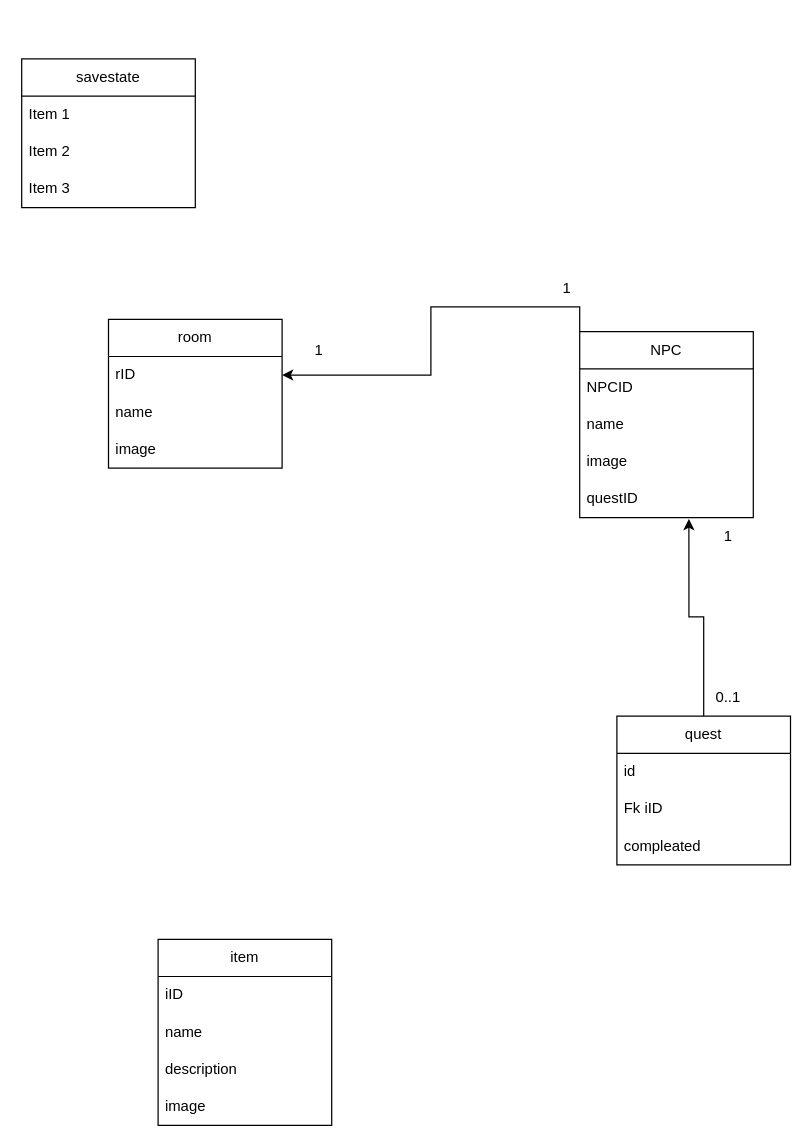
Earlier version of the draw.io diagram gamebook.drawio (pslib-cz/2024-p3a-web-gamebook-vasak-zbehlik). Source tidied: cells renumbered, new cells numbered last; positions are measured from the earlier drawing's top-left corner, leaving out a move shared by most shapes. Both pictures are drawn from the tidied source at 124%, with x=0, y=0 at pixel (21, 58).
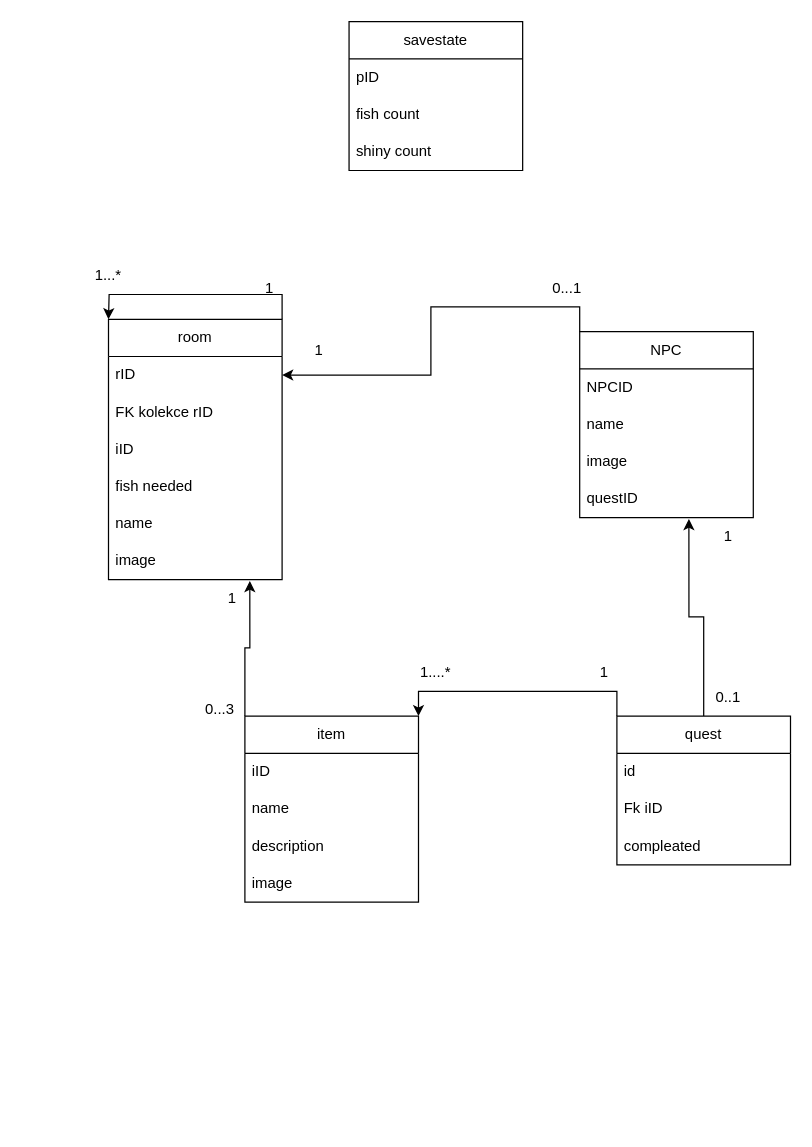
Above is the later version.

The change refers to these unchanged cells:
```xml
<mxCell id="21" value="quest" style="swimlane;fontStyle=0;horizontal=1;startSize=30;whiteSpace=wrap;html=1;" parent="1" vertex="1">
  <mxGeometry x="480" y="530" width="140" height="120" as="geometry" />
</mxCell>
```

What changed in the source:
```diff
@@
     <mxCell id="2" value="savestate" style="swimlane;fontStyle=0;horizontal=1;startSize=30;whiteSpace=wrap;html=1;" parent="1" vertex="1">
-      <mxGeometry width="140" height="120" as="geometry" />
+      <mxGeometry x="264" y="-30" width="140" height="120" as="geometry" />
     </mxCell>
-    <mxCell id="3" value="Item 1" style="text;strokeColor=none;fillColor=none;align=left;verticalAlign=middle;spacingLeft=4;spacingRight=4;overflow=hidden;whiteSpace=wrap;html=1;" parent="2" vertex="1">
+    <mxCell id="3" value="pID" style="text;strokeColor=none;fillColor=none;align=left;verticalAlign=middle;spacingLeft=4;spacingRight=4;overflow=hidden;whiteSpace=wrap;html=1;" parent="2" vertex="1">
       <mxGeometry y="30" width="140" height="30" as="geometry" />
     </mxCell>
-    <mxCell id="4" value="Item 2" style="text;strokeColor=none;fillColor=none;align=left;verticalAlign=middle;spacingLeft=4;spacingRight=4;overflow=hidden;whiteSpace=wrap;html=1;" parent="2" vertex="1">
+    <mxCell id="4" value="fish count" style="text;strokeColor=none;fillColor=none;align=left;verticalAlign=middle;spacingLeft=4;spacingRight=4;overflow=hidden;whiteSpace=wrap;html=1;" parent="2" vertex="1">
       <mxGeometry y="60" width="140" height="30" as="geometry" />
     </mxCell>
-    <mxCell id="5" value="Item 3" style="text;strokeColor=none;fillColor=none;align=left;verticalAlign=middle;spacingLeft=4;spacingRight=4;overflow=hidden;whiteSpace=wrap;html=1;" parent="2" vertex="1">
+    <mxCell id="5" value="shiny count" style="text;strokeColor=none;fillColor=none;align=left;verticalAlign=middle;spacingLeft=4;spacingRight=4;overflow=hidden;whiteSpace=wrap;html=1;" parent="2" vertex="1">
       <mxGeometry y="90" width="140" height="30" as="geometry" />
     </mxCell>
+    <mxCell id="30" style="edgeStyle=orthogonalEdgeStyle;rounded=0;jettySize=auto;html=1;exitX=1;exitY=0;exitDx=0;exitDy=0;" parent="1" edge="1" source="6">
+      <mxGeometry relative="1" as="geometry">
+        <mxPoint x="70" y="210" as="targetPoint" />
+      </mxGeometry>
+    </mxCell>
     <mxCell id="6" value="room" style="swimlane;fontStyle=0;horizontal=1;startSize=30;whiteSpace=wrap;html=1;" parent="1" vertex="1">
-      <mxGeometry x="70" y="210" width="140" height="120" as="geometry" />
+      <mxGeometry x="70" y="210" width="140" height="210" as="geometry" />
     </mxCell>
@@
+    <mxCell id="31" value="FK kolekce rID" style="text;strokeColor=none;fillColor=none;align=left;verticalAlign=middle;spacingLeft=4;spacingRight=4;overflow=hidden;whiteSpace=wrap;html=1;" parent="6" vertex="1">
+      <mxGeometry y="60" width="140" height="30" as="geometry" />
+    </mxCell>
+    <mxCell id="32" value="iID" style="text;strokeColor=none;fillColor=none;align=left;verticalAlign=middle;spacingLeft=4;spacingRight=4;overflow=hidden;whiteSpace=wrap;html=1;" parent="6" vertex="1">
+      <mxGeometry y="90" width="140" height="30" as="geometry" />
+    </mxCell>
+    <mxCell id="33" value="fish needed" style="text;strokeColor=none;fillColor=none;align=left;verticalAlign=middle;spacingLeft=4;spacingRight=4;overflow=hidden;whiteSpace=wrap;html=1;" parent="6" vertex="1">
+      <mxGeometry y="120" width="140" height="30" as="geometry" />
+    </mxCell>
     <mxCell id="8" value="name" style="text;strokeColor=none;fillColor=none;align=left;verticalAlign=middle;spacingLeft=4;spacingRight=4;overflow=hidden;whiteSpace=wrap;html=1;" parent="6" vertex="1">
-      <mxGeometry y="60" width="140" height="30" as="geometry" />
+      <mxGeometry y="150" width="140" height="30" as="geometry" />
     </mxCell>
     <mxCell id="9" value="image" style="text;strokeColor=none;fillColor=none;align=left;verticalAlign=middle;spacingLeft=4;spacingRight=4;overflow=hidden;points=[[0,0.5],[1,0.5]];portConstraint=eastwest;whiteSpace=wrap;html=1;" parent="6" vertex="1">
-      <mxGeometry y="90" width="140" height="30" as="geometry" />
+      <mxGeometry y="180" width="140" height="30" as="geometry" />
     </mxCell>
@@
     <mxCell id="16" value="item" style="swimlane;fontStyle=0;horizontal=1;startSize=30;whiteSpace=wrap;html=1;" parent="1" vertex="1">
-      <mxGeometry x="110" y="710" width="140" height="150" as="geometry" />
+      <mxGeometry x="180" y="530" width="140" height="150" as="geometry" />
     </mxCell>
@@
+    <mxCell id="34" style="edgeStyle=orthogonalEdgeStyle;rounded=0;jettySize=auto;html=1;exitX=0;exitY=0;exitDx=0;exitDy=0;entryX=1;entryY=0;entryDx=0;entryDy=0;" parent="1" edge="1" source="21" target="16">
+      <mxGeometry relative="1" as="geometry" />
+    </mxCell>
@@
-    <mxCell id="29" value="1" style="text;html=1;align=center;verticalAlign=middle;whiteSpace=wrap;rounded=0;" parent="1" vertex="1">
+    <mxCell id="29" value="0...&lt;span style=&quot;background-color: initial;&quot;&gt;1&lt;/span&gt;" style="text;html=1;align=center;verticalAlign=middle;whiteSpace=wrap;rounded=0;" parent="1" vertex="1">
       <mxGeometry x="410" y="170" width="60" height="30" as="geometry" />
     </mxCell>
+    <mxCell id="35" value="1" style="text;html=1;align=center;verticalAlign=middle;whiteSpace=wrap;rounded=0;" parent="1" vertex="1">
+      <mxGeometry x="170" y="170" width="60" height="30" as="geometry" />
+    </mxCell>
+    <mxCell id="36" value="1...*" style="text;html=1;align=center;verticalAlign=middle;whiteSpace=wrap;rounded=0;" parent="1" vertex="1">
+      <mxGeometry x="40" y="160" width="60" height="30" as="geometry" />
+    </mxCell>
+    <mxCell id="37" value="1....*" style="text;html=1;align=center;verticalAlign=middle;whiteSpace=wrap;rounded=0;" parent="1" vertex="1">
+      <mxGeometry x="304" y="480" width="60" height="30" as="geometry" />
+    </mxCell>
+    <mxCell id="38" value="1" style="text;html=1;align=center;verticalAlign=middle;whiteSpace=wrap;rounded=0;" parent="1" vertex="1">
+      <mxGeometry x="440" y="480" width="60" height="30" as="geometry" />
+    </mxCell>
+    <mxCell id="39" style="edgeStyle=orthogonalEdgeStyle;rounded=0;jettySize=auto;html=1;exitX=0;exitY=0;exitDx=0;exitDy=0;entryX=0.814;entryY=1.033;entryDx=0;entryDy=0;entryPerimeter=0;" parent="1" edge="1" source="16" target="9">
+      <mxGeometry relative="1" as="geometry" />
+    </mxCell>
+    <mxCell id="40" value="1" style="text;html=1;align=center;verticalAlign=middle;whiteSpace=wrap;rounded=0;" parent="1" vertex="1">
+      <mxGeometry x="140" y="420" width="60" height="30" as="geometry" />
+    </mxCell>
+    <mxCell id="41" value="0...3" style="text;html=1;align=center;verticalAlign=middle;whiteSpace=wrap;rounded=0;" parent="1" vertex="1">
+      <mxGeometry x="130" y="510" width="60" height="30" as="geometry" />
+    </mxCell>
```
